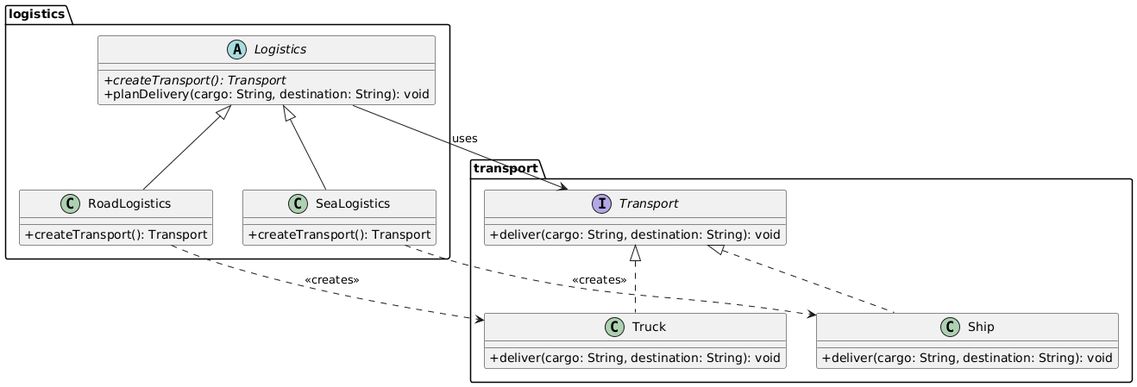
Earlier version of the PlantUML export docs/UML/uml1.png (Yerassyp/SDP_asn2_Irangait_Yerassyl).
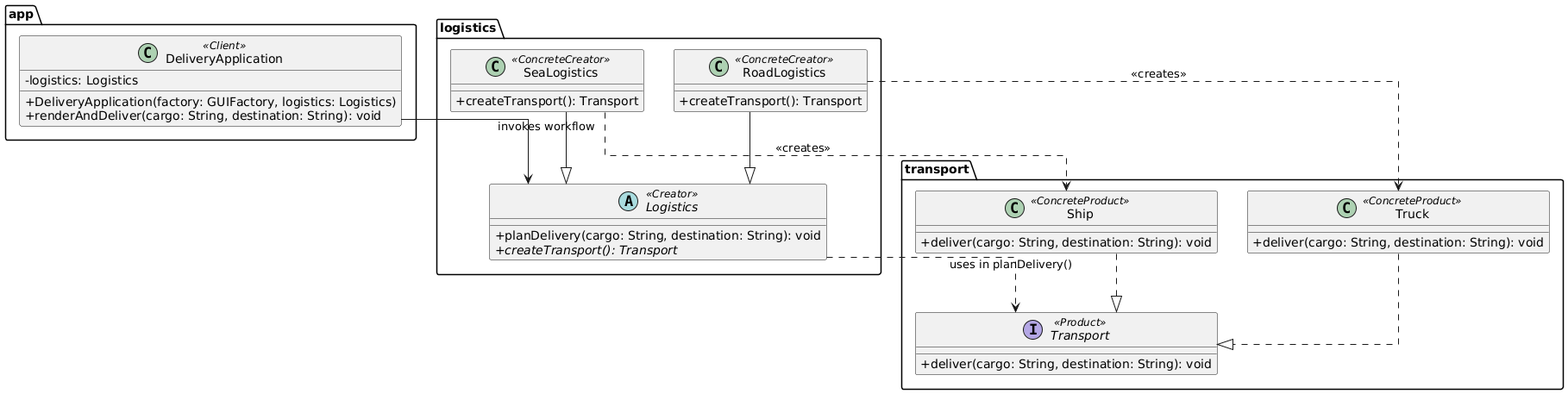
After the commit.

Change to the diagram source:
```diff
@@ -1,32 +1,53 @@
 @startuml
 skinparam classAttributeIconSize 0
+skinparam linetype ortho
 
 package "transport" {
-    interface Transport {
+    interface Transport <<Product>> {
         +deliver(cargo: String, destination: String): void
     }
-    class Truck implements Transport {
+
+    class Truck <<ConcreteProduct>> {
         +deliver(cargo: String, destination: String): void
     }
-    class Ship implements Transport {
+
+    class Ship <<ConcreteProduct>> {
         +deliver(cargo: String, destination: String): void
     }
 }
 
 package "logistics" {
-    abstract class Logistics {
+    abstract class Logistics <<Creator>> {
+        +planDelivery(cargo: String, destination: String): void
         +{abstract} createTransport(): Transport
-        +planDelivery(cargo: String, destination: String): void
     }
-    class RoadLogistics extends Logistics {
+
+    class RoadLogistics <<ConcreteCreator>> {
         +createTransport(): Transport
     }
-    class SeaLogistics extends Logistics {
+
+    class SeaLogistics <<ConcreteCreator>> {
         +createTransport(): Transport
     }
 }
 
+package "app" {
+    class DeliveryApplication <<Client>> {
+        -logistics: Logistics
+        +DeliveryApplication(factory: GUIFactory, logistics: Logistics)
+        +renderAndDeliver(cargo: String, destination: String): void
+    }
+}
+
+Truck ..|> Transport
+Ship ..|> Transport
+
+RoadLogistics --|> Logistics
+SeaLogistics --|> Logistics
+
 RoadLogistics ..> Truck : <<creates>>
 SeaLogistics ..> Ship : <<creates>>
-Logistics --> Transport : uses
+
+Logistics ..> Transport : uses in planDelivery()
+DeliveryApplication --> Logistics : invokes workflow
 @enduml
```
